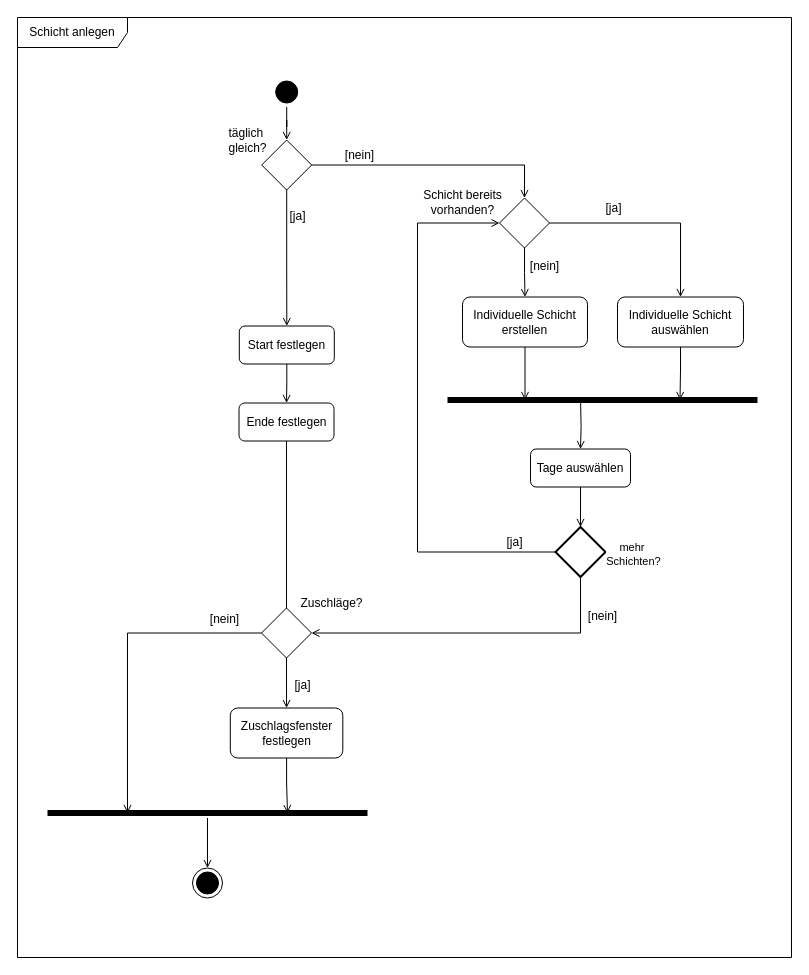
This is 4_Entwurf/Schicht anlegen.drawio from annikalenneper/praxisprojekt_mi_bachelor_SoSe24, a draw.io file, before an edit. Source tidied: cells renumbered, new cells numbered last; positions are measured from the earlier drawing's top-left corner, leaving out a move shared by most shapes. Both pictures are drawn from the tidied source at 100%, with x=0, y=0 at pixel (17, 17).
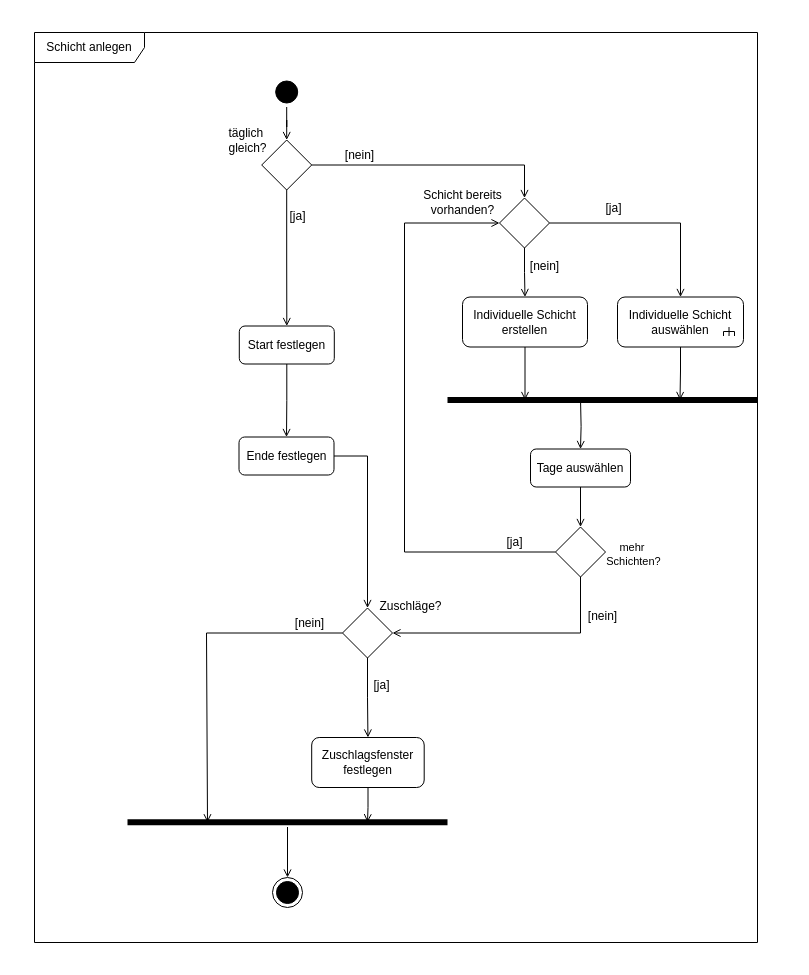
The same diagram, later.

Commit message:
optical changes, added fork symbol for call action

Unchanged cells that the change refers to:
```xml
<mxCell id="28" style="rhombus;whiteSpace=wrap;html=1;" parent="1" vertex="1">
  <mxGeometry x="482" y="180.5" width="50" height="50" as="geometry" />
</mxCell>
```

The edit, as a diff of the source:
```diff
@@
     <mxCell id="2" value="Schicht anlegen" style="shape=umlFrame;whiteSpace=wrap;html=1;width=110;height=30;" parent="1" vertex="1">
-      <mxGeometry width="774" height="940" as="geometry" />
+      <mxGeometry x="17" y="15" width="723" height="910" as="geometry" />
     </mxCell>
@@
-    <mxCell id="11" style="edgeStyle=orthogonalEdgeStyle;rounded=0;jettySize=auto;html=1;entryX=0.5;entryY=0;entryDx=0;entryDy=0;endArrow=open;endFill=0;exitX=0.5;exitY=1;exitDx=0;exitDy=0;" parent="1" edge="1" source="12" target="16">
-      <mxGeometry relative="1" as="geometry">
-        <Array as="points">
-          <mxPoint x="268" y="597.5" />
-        </Array>
-      </mxGeometry>
+    <mxCell id="11" style="edgeStyle=orthogonalEdgeStyle;rounded=0;jettySize=auto;html=1;endArrow=open;endFill=0;" parent="1" edge="1" source="12" target="16">
+      <mxGeometry relative="1" as="geometry" />
     </mxCell>
     <mxCell id="12" value="Ende festlegen" style="rounded=1;whiteSpace=wrap;html=1;" parent="1" vertex="1">
-      <mxGeometry x="221.5" y="385.5" width="95" height="38" as="geometry" />
+      <mxGeometry x="221.5" y="419.5" width="95" height="38" as="geometry" />
     </mxCell>
     <mxCell id="13" value="Zuschlagsf&lt;span style=&quot;background-color: initial;&quot;&gt;enster festlegen&lt;/span&gt;" style="rounded=1;whiteSpace=wrap;html=1;" parent="1" vertex="1">
-      <mxGeometry x="212.8" y="690.5" width="112.5" height="50" as="geometry" />
+      <mxGeometry x="294.2" y="720" width="112.5" height="50" as="geometry" />
     </mxCell>
@@
     <mxCell id="15" style="edgeStyle=orthogonalEdgeStyle;rounded=0;jettySize=auto;html=1;endArrow=open;endFill=0;exitX=0;exitY=0.5;exitDx=0;exitDy=0;entryX=0.25;entryY=0.5;entryDx=0;entryDy=0;entryPerimeter=0;" parent="1" edge="1" source="16" target="18">
       <mxGeometry relative="1" as="geometry">
         <Array as="points">
-          <mxPoint x="110" y="615.5" />
+          <mxPoint x="189" y="615" />
         </Array>
       </mxGeometry>
     </mxCell>
     <mxCell id="16" style="rhombus;whiteSpace=wrap;html=1;" parent="1" vertex="1">
-      <mxGeometry x="244" y="590.5" width="50" height="50" as="geometry" />
+      <mxGeometry x="325" y="590.5" width="50" height="50" as="geometry" />
     </mxCell>
@@
     <mxCell id="18" style="shape=line;html=1;strokeWidth=6;strokeColor=#000000;fillColor=#000000;" parent="1" vertex="1">
-      <mxGeometry x="30" y="790.5" width="320" height="10" as="geometry" />
+      <mxGeometry x="110" y="800" width="320" height="9.5" as="geometry" />
     </mxCell>
@@
     <mxCell id="20" value="Zuschläge?" style="text;html=1;align=center;verticalAlign=middle;strokeColor=none;fillColor=none;" parent="1" vertex="1">
-      <mxGeometry x="269" y="570.5" width="90" height="30" as="geometry" />
+      <mxGeometry x="348" y="573.5" width="90" height="30" as="geometry" />
     </mxCell>
@@
     <mxCell id="23" style="ellipse;html=1;shape=endState;fillColor=strokeColor;" parent="1" vertex="1">
-      <mxGeometry x="175" y="850.5" width="30" height="30" as="geometry" />
+      <mxGeometry x="255" y="860" width="30" height="30" as="geometry" />
     </mxCell>
     <mxCell id="24" value="[ja]" style="text;html=1;align=center;verticalAlign=middle;strokeColor=none;fillColor=none;" parent="1" vertex="1">
-      <mxGeometry x="265" y="652.5" width="40" height="30" as="geometry" />
+      <mxGeometry x="344" y="652.5" width="40" height="30" as="geometry" />
     </mxCell>
     <mxCell id="25" value="[nein]" style="text;html=1;align=center;verticalAlign=middle;strokeColor=none;fillColor=none;" parent="1" vertex="1">
-      <mxGeometry x="181.8" y="586.5" width="50" height="30" as="geometry" />
+      <mxGeometry x="266.8" y="590.5" width="50" height="30" as="geometry" />
     </mxCell>
@@
     <mxCell id="37" style="edgeStyle=orthogonalEdgeStyle;rounded=0;jettySize=auto;html=1;entryX=0;entryY=0.5;entryDx=0;entryDy=0;strokeColor=default;align=center;verticalAlign=middle;fontFamily=Helvetica;fontSize=11;fontColor=default;labelBackgroundColor=default;endArrow=open;endFill=0;exitX=0;exitY=0.5;exitDx=0;exitDy=0;exitPerimeter=0;" parent="1" edge="1" source="39" target="28">
       <mxGeometry relative="1" as="geometry">
         <Array as="points">
-          <mxPoint x="400" y="534.5" />
-          <mxPoint x="400" y="205.5" />
+          <mxPoint x="387" y="535" />
+          <mxPoint x="387" y="205" />
         </Array>
       </mxGeometry>
     </mxCell>
@@
-    <mxCell id="39" style="strokeWidth=2;html=1;shape=mxgraph.flowchart.decision;whiteSpace=wrap;" parent="1" vertex="1">
+    <mxCell id="39" style="strokeWidth=1;html=1;shape=mxgraph.flowchart.decision;whiteSpace=wrap;" parent="1" vertex="1">
       <mxGeometry x="538" y="509.5" width="50" height="50" as="geometry" />
     </mxCell>
@@
+    <mxCell id="46" style="strokeWidth=1;html=1;shape=mxgraph.flowchart.annotation_2;align=left;labelPosition=right;rotation=90;" parent="1" vertex="1">
+      <mxGeometry x="707" y="308.5" width="9" height="11" as="geometry" />
+    </mxCell>
+    <mxCell id="47" style="endArrow=none;html=1;rounded=0;entryX=0.519;entryY=0.49;entryDx=0;entryDy=0;entryPerimeter=0;exitX=1;exitY=0.5;exitDx=0;exitDy=0;exitPerimeter=0;strokeWidth=1;" parent="1" edge="1" source="46" target="46">
+      <mxGeometry relative="1" as="geometry" />
+    </mxCell>
```
